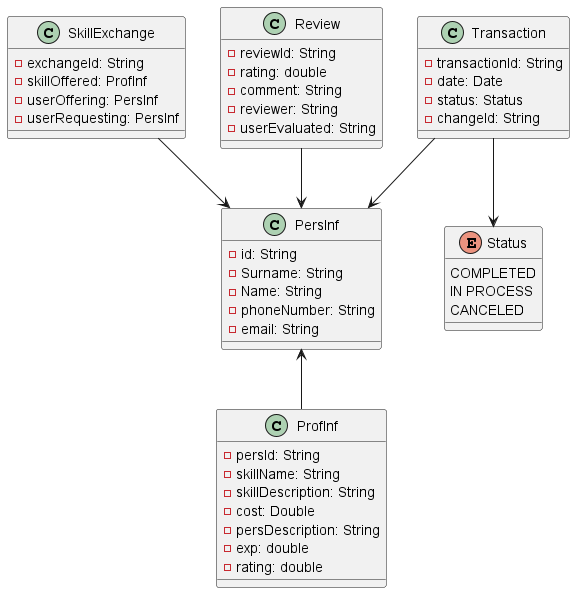
The PlantUML diagram SkillSwap/img/ClassDiagram.png in Xastt/SkillSwap, before a commit. Source of this version:
```plantuml
@startuml

class PersInf {
    -id: String
    -Surname: String
    -Name: String
    -phoneNumber: String
    -email: String
}

class ProfInf {
    -persId: String
    -skillName: String
    -skillDescription: String
    -cost: Double
    -persDescription: String
    -exp: double
    -rating: double
}

class SkillExchange {
    -exchangeId: String
    -skillOffered: ProfInf
    -userOffering: PersInf
    -userRequesting: PersInf
}

class Review {
    -reviewId: String
    -rating: double
    -comment: String
    -reviewer: String
    -userEvaluated: String
}

class Transaction {
    -transactionId: String
    -date: Date
    -status: Status
    -changeId: String
}

enum Status {
    COMPLETED
    IN PROCESS
    CANCELED
}

PersInf <-- ProfInf
SkillExchange --> PersInf
Review --> PersInf
Transaction --> PersInf
Transaction --> Status

@enduml
```
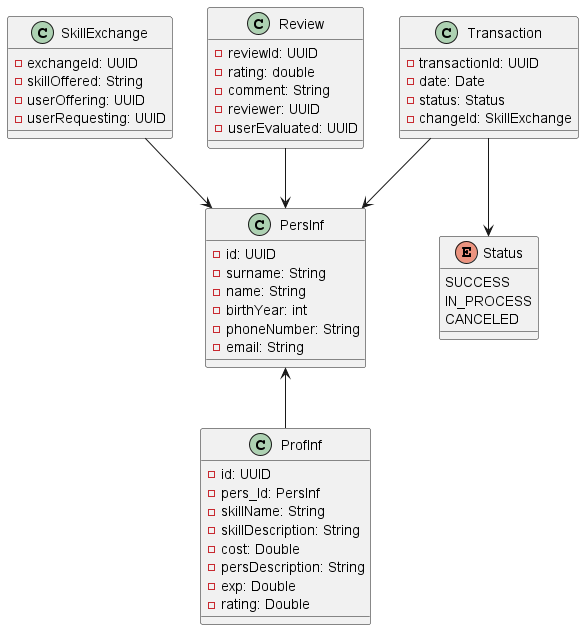
The same diagram one commit later.

What changed in the source:
```diff
@@ -1,48 +1,50 @@
 @startuml
 
 class PersInf {
-    -id: String
-    -Surname: String
-    -Name: String
+    -id: UUID
+    -surname: String
+    -name: String
+    -birthYear: int
     -phoneNumber: String
     -email: String
 }
 
 class ProfInf {
-    -persId: String
+    -id: UUID
+    -pers_Id: PersInf
     -skillName: String
     -skillDescription: String
     -cost: Double
     -persDescription: String
-    -exp: double
-    -rating: double
+    -exp: Double
+    -rating: Double
 }
 
 class SkillExchange {
-    -exchangeId: String
-    -skillOffered: ProfInf
-    -userOffering: PersInf
-    -userRequesting: PersInf
+    -exchangeId: UUID
+    -skillOffered: String
+    -userOffering: UUID
+    -userRequesting: UUID
 }
 
 class Review {
-    -reviewId: String
+    -reviewId: UUID
     -rating: double
     -comment: String
-    -reviewer: String
-    -userEvaluated: String
+    -reviewer: UUID
+    -userEvaluated: UUID
 }
 
 class Transaction {
-    -transactionId: String
+    -transactionId: UUID
     -date: Date
     -status: Status
-    -changeId: String
+    -changeId: SkillExchange
 }
 
 enum Status {
-    COMPLETED
-    IN PROCESS
+    SUCCESS
+    IN_PROCESS
     CANCELED
 }
 
```
